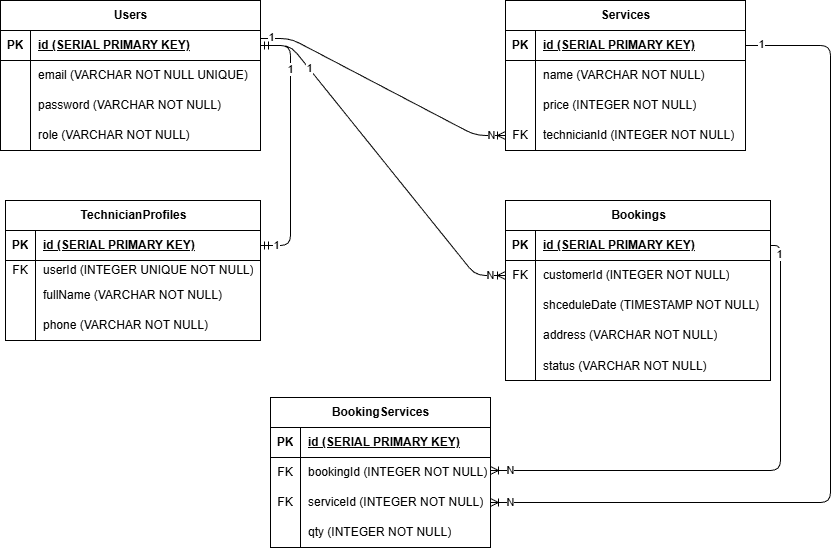
william-jan/pair-project-ac-service keeps this draw.io diagram as erd.drawio.png. Above is the earlier version. Source tidied: cells renumbered, new cells last; positions are measured from the earlier drawing's top-left corner, leaving out a move shared by most shapes.
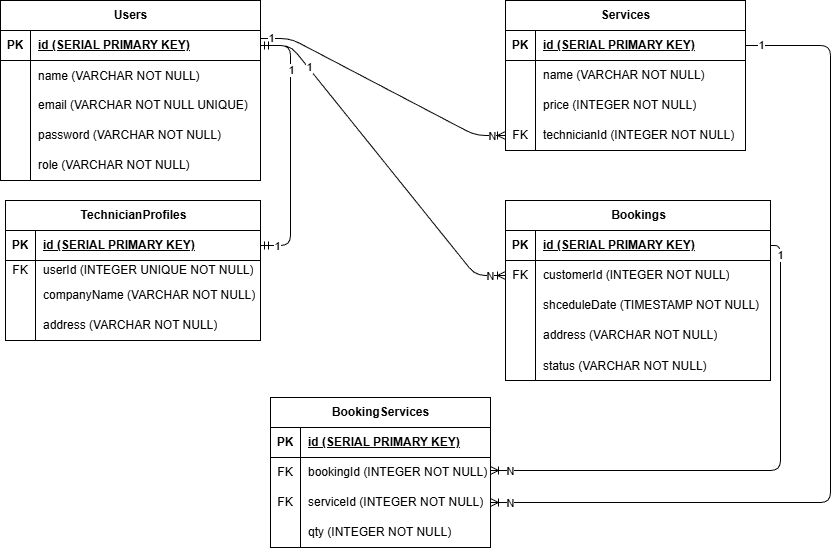
After the commit.

Change to the diagram source:
```diff
@@ -3,7 +3,7 @@
     <mxCell id="0" />
     <mxCell id="1" parent="0" />
     <mxCell id="2" value="Users" style="shape=table;startSize=30;rowLines=0;fontStyle=1;align=center;html=1;" parent="1" vertex="1">
-      <mxGeometry width="260" height="150" as="geometry" />
+      <mxGeometry width="260" height="180" as="geometry" />
     </mxCell>
     <mxCell id="3" style="shape=tableRow;horizontal=0;startSize=0;swimlaneHead=0;swimlaneBody=0;fillColor=none;points=[[0,0.5],[1,0.5]];portConstraint=eastwest;top=0;left=0;right=0;bottom=1;" parent="2" vertex="1">
       <mxGeometry y="30" width="260" height="30" as="geometry" />
@@ -14,8 +14,17 @@
     <mxCell id="5" value="id (SERIAL PRIMARY KEY)" style="shape=partialRectangle;fillColor=none;top=0;left=0;bottom=0;right=0;align=left;spacingLeft=6;fontStyle=5;overflow=hidden;whiteSpace=wrap;html=1;" parent="3" vertex="1">
       <mxGeometry x="30" width="230" height="30" as="geometry" />
     </mxCell>
+    <mxCell id="85" style="shape=tableRow;horizontal=0;startSize=0;swimlaneHead=0;swimlaneBody=0;fillColor=none;top=0;left=0;right=0;bottom=0;" parent="2" vertex="1">
+      <mxGeometry y="60" width="260" height="30" as="geometry" />
+    </mxCell>
+    <mxCell id="86" style="shape=partialRectangle;fillColor=none;top=0;left=0;bottom=0;right=0;overflow=hidden;" parent="85" vertex="1">
+      <mxGeometry width="30" height="30" as="geometry" />
+    </mxCell>
+    <mxCell id="87" value="name (VARCHAR NOT NULL)" style="shape=partialRectangle;fillColor=none;top=0;left=0;bottom=0;right=0;align=left;spacingLeft=6;overflow=hidden;" parent="85" vertex="1">
+      <mxGeometry x="30" width="230" height="30" as="geometry" />
+    </mxCell>
     <mxCell id="6" style="shape=tableRow;horizontal=0;startSize=0;swimlaneHead=0;swimlaneBody=0;fillColor=none;top=0;left=0;right=0;bottom=0;" parent="2" vertex="1">
-      <mxGeometry y="60" width="260" height="30" as="geometry" />
+      <mxGeometry y="90" width="260" height="30" as="geometry" />
     </mxCell>
     <mxCell id="7" style="shape=partialRectangle;fillColor=none;top=0;left=0;bottom=0;right=0;overflow=hidden;whiteSpace=wrap;html=1;" parent="6" vertex="1">
       <mxGeometry width="30" height="30" as="geometry" />
@@ -24,7 +33,7 @@
       <mxGeometry x="30" width="230" height="30" as="geometry" />
     </mxCell>
     <mxCell id="9" style="shape=tableRow;horizontal=0;startSize=0;swimlaneHead=0;swimlaneBody=0;fillColor=none;top=0;left=0;right=0;bottom=0;" parent="2" vertex="1">
-      <mxGeometry y="90" width="260" height="30" as="geometry" />
+      <mxGeometry y="120" width="260" height="30" as="geometry" />
     </mxCell>
     <mxCell id="10" style="shape=partialRectangle;fillColor=none;top=0;left=0;bottom=0;right=0;overflow=hidden;whiteSpace=wrap;html=1;" parent="9" vertex="1">
       <mxGeometry width="30" height="30" as="geometry" />
@@ -33,7 +42,7 @@
       <mxGeometry x="30" width="230" height="30" as="geometry" />
     </mxCell>
     <mxCell id="12" style="shape=tableRow;horizontal=0;startSize=0;swimlaneHead=0;swimlaneBody=0;fillColor=none;top=0;left=0;right=0;bottom=0;" parent="2" vertex="1">
-      <mxGeometry y="120" width="260" height="30" as="geometry" />
+      <mxGeometry y="150" width="260" height="30" as="geometry" />
     </mxCell>
     <mxCell id="13" style="shape=partialRectangle;fillColor=none;top=0;left=0;bottom=0;right=0;overflow=hidden;whiteSpace=wrap;html=1;" parent="12" vertex="1">
       <mxGeometry width="30" height="30" as="geometry" />
@@ -68,7 +77,7 @@
     <mxCell id="23" style="shape=partialRectangle;fillColor=none;top=0;left=0;bottom=0;right=0;overflow=hidden;whiteSpace=wrap;html=1;" parent="22" vertex="1">
       <mxGeometry width="30" height="30" as="geometry" />
     </mxCell>
-    <mxCell id="24" value="fullName (VARCHAR NOT NULL)" style="shape=partialRectangle;fillColor=none;top=0;left=0;bottom=0;right=0;align=left;spacingLeft=6;overflow=hidden;whiteSpace=wrap;html=1;" parent="22" vertex="1">
+    <mxCell id="24" value="companyName (VARCHAR NOT NULL)" style="shape=partialRectangle;fillColor=none;top=0;left=0;bottom=0;right=0;align=left;spacingLeft=6;overflow=hidden;whiteSpace=wrap;html=1;" parent="22" vertex="1">
       <mxGeometry x="30" width="225" height="30" as="geometry" />
     </mxCell>
     <mxCell id="25" style="shape=tableRow;horizontal=0;startSize=0;swimlaneHead=0;swimlaneBody=0;fillColor=none;top=0;left=0;right=0;bottom=0;" parent="15" vertex="1">
@@ -77,7 +86,7 @@
     <mxCell id="26" style="shape=partialRectangle;fillColor=none;top=0;left=0;bottom=0;right=0;overflow=hidden;whiteSpace=wrap;html=1;" parent="25" vertex="1">
       <mxGeometry width="30" height="30" as="geometry" />
     </mxCell>
-    <mxCell id="27" value="phone (VARCHAR NOT NULL)" style="shape=partialRectangle;fillColor=none;top=0;left=0;bottom=0;right=0;align=left;spacingLeft=6;overflow=hidden;whiteSpace=wrap;html=1;" parent="25" vertex="1">
+    <mxCell id="27" value="address (VARCHAR NOT NULL)" style="shape=partialRectangle;fillColor=none;top=0;left=0;bottom=0;right=0;align=left;spacingLeft=6;overflow=hidden;whiteSpace=wrap;html=1;" parent="25" vertex="1">
       <mxGeometry x="30" width="225" height="30" as="geometry" />
     </mxCell>
     <mxCell id="28" value="Services" style="shape=table;startSize=30;rowLines=0;fontStyle=1;align=center;html=1;" parent="1" vertex="1">
```
